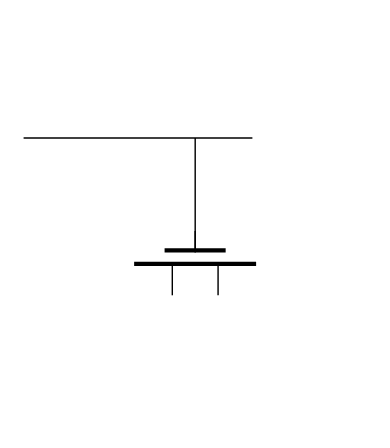
This is page "4-6" (4 of 5) of directory/第四章.drawio from lllwwwooo/draw.io, a draw.io file, before an edit. Source tidied: cells renumbered, new cells numbered last; positions are measured from the earlier drawing's top-left corner, leaving out a move shared by most shapes. Both pictures are drawn from the tidied source at 143%, with x=0, y=0 at pixel (23, 137).
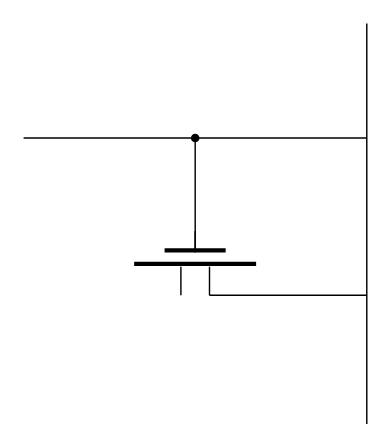
After the change.

Unchanged cells that the change refers to:
```xml
<mxCell id="2" style="group;" parent="1" vertex="1">
  <mxGeometry x="80" y="50" width="80" height="60" as="geometry" />
</mxCell>
```

Change to the diagram source:
```diff
@@
-    <mxCell id="8" style="endArrow=none;html=1;rounded=0;" parent="2" edge="1">
-      <mxGeometry relative="1" as="geometry">
-        <mxPoint x="24" y="60" as="sourcePoint" />
-        <mxPoint x="24" y="38.2" as="targetPoint" />
-      </mxGeometry>
-    </mxCell>
-    <mxCell id="9" style="endArrow=none;html=1;rounded=0;" parent="2" edge="1">
-      <mxGeometry relative="1" as="geometry">
-        <mxPoint x="56" y="60" as="sourcePoint" />
-        <mxPoint x="56" y="38.2" as="targetPoint" />
-      </mxGeometry>
-    </mxCell>
     <mxCell id="10" style="endArrow=none;html=1;rounded=0;" parent="1" edge="1">
       <mxGeometry relative="1" as="geometry">
         <mxPoint as="sourcePoint" />
-        <mxPoint x="160" as="targetPoint" />
+        <mxPoint x="240" as="targetPoint" />
       </mxGeometry>
     </mxCell>
-    <mxCell id="11" style="endArrow=none;html=1;rounded=0;" parent="1" edge="1">
+    <mxCell id="11" style="endArrow=none;html=1;rounded=0;" parent="1" edge="1" source="13">
       <mxGeometry relative="1" as="geometry">
-        <mxPoint x="120" y="80" as="sourcePoint" />
         <mxPoint x="120" as="targetPoint" />
       </mxGeometry>
     </mxCell>
+    <mxCell id="12" style="endArrow=none;html=1;rounded=0;" parent="1" edge="1" target="13">
+      <mxGeometry relative="1" as="geometry">
+        <mxPoint x="120" y="80" as="sourcePoint" />
+      </mxGeometry>
+    </mxCell>
+    <mxCell id="13" style="shape=waypoint;sketch=0;fillStyle=solid;size=6;points=[];fillColor=none;perimeter=centerPerimeter;snapToPoint=1;" parent="1" vertex="1">
+      <mxGeometry x="110" y="-10" width="20" height="20" as="geometry" />
+    </mxCell>
+    <mxCell id="14" style="endArrow=none;html=1;rounded=0;" parent="1" edge="1">
+      <mxGeometry relative="1" as="geometry">
+        <mxPoint x="240" y="200" as="sourcePoint" />
+        <mxPoint x="240" y="-80" as="targetPoint" />
+      </mxGeometry>
+    </mxCell>
+    <mxCell id="15" style="endArrow=none;html=1;rounded=0;" parent="1" edge="1">
+      <mxGeometry relative="1" as="geometry">
+        <mxPoint x="130" y="110" as="sourcePoint" />
+        <mxPoint x="240" y="110" as="targetPoint" />
+      </mxGeometry>
+    </mxCell>
+    <mxCell id="16" style="endArrow=none;html=1;rounded=0;" parent="1" edge="1">
+      <mxGeometry relative="1" as="geometry">
+        <mxPoint x="130" y="110" as="sourcePoint" />
+        <mxPoint x="130" y="90" as="targetPoint" />
+      </mxGeometry>
+    </mxCell>
+    <mxCell id="17" style="endArrow=none;html=1;rounded=0;" parent="1" edge="1">
+      <mxGeometry relative="1" as="geometry">
+        <mxPoint x="110" y="110" as="sourcePoint" />
+        <mxPoint x="110" y="90" as="targetPoint" />
+      </mxGeometry>
+    </mxCell>
```
